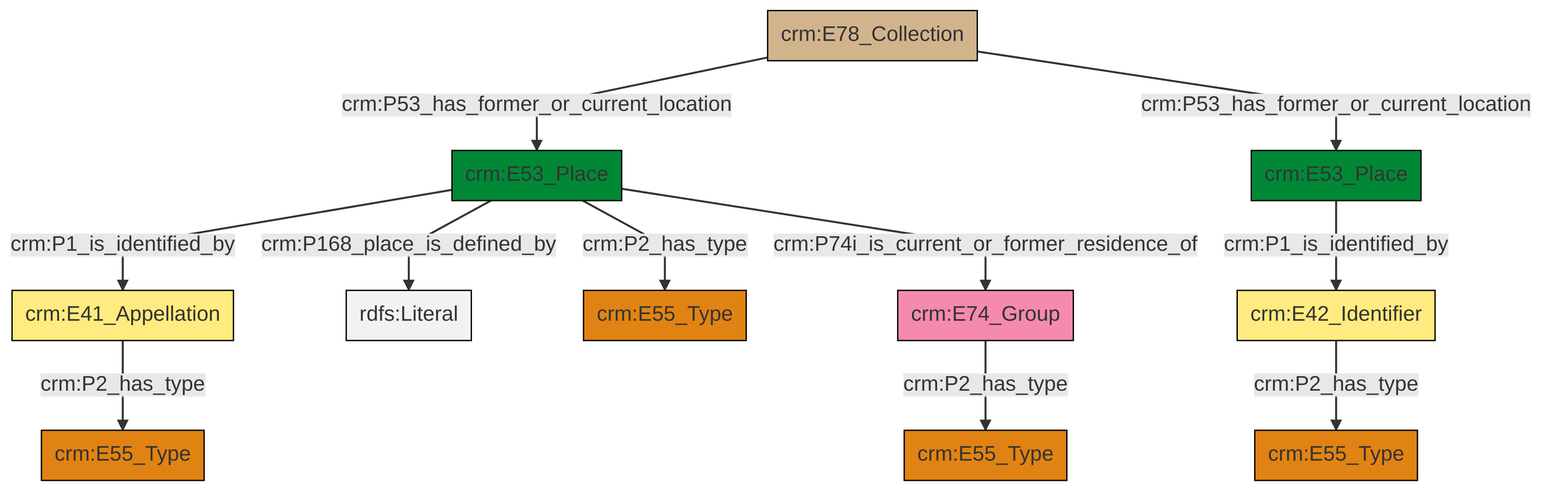
Before: et/archivalCSV/ttl/mmd/png/archival_location.png, a diagram exported from Mermaid (swiss-art-research-net/docs.swissartresearch). Its source is kept beside it as et/archivalCSV/ttl/mmd/archival_location.ttl.mmd.
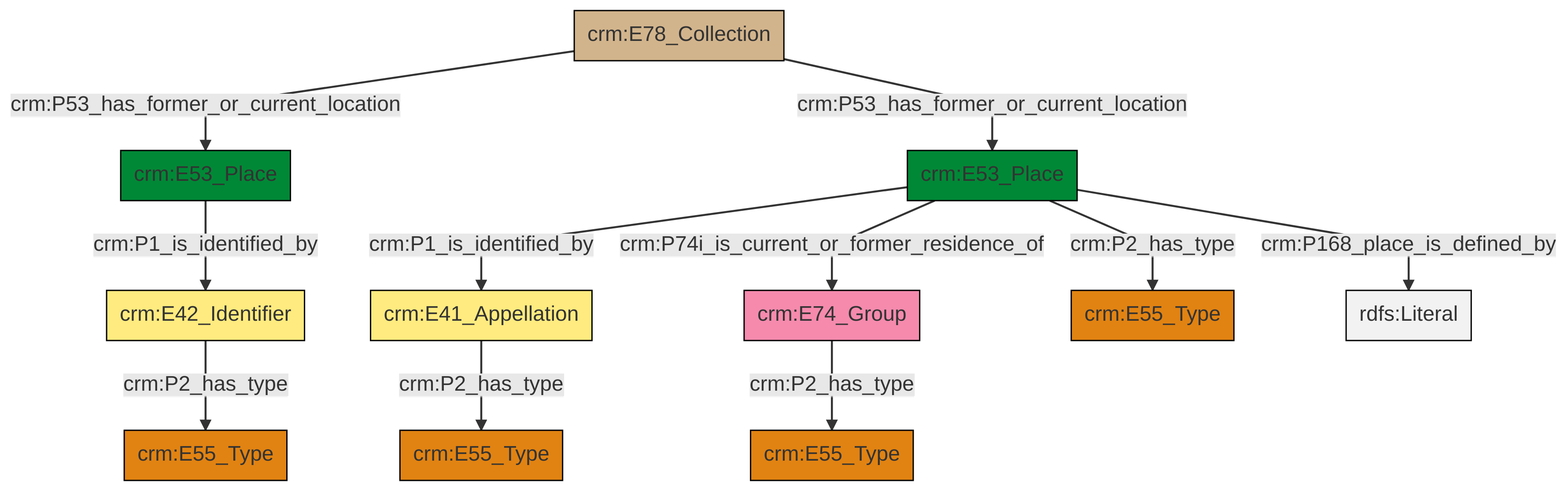
Later version of the same file.

What changed in the source:
```diff
@@ -13,13 +13,13 @@
 classDef PC_Classes fill:#4ce600, stroke:#000000;
 classDef Multi fill:#cccccc,stroke:#000000;
 
-2["crm:E78_Collection"]:::Physical_Thing -->|crm:P53_has_former_or_current_location| 0["crm:E53_Place"]:::Place
-0["crm:E53_Place"]:::Place -->|crm:P1_is_identified_by| 5["crm:E41_Appellation"]:::Appellation
-8["crm:E53_Place"]:::Place -->|crm:P1_is_identified_by| 9["crm:E42_Identifier"]:::Appellation
-0["crm:E53_Place"]:::Place -->|crm:P168_place_is_defined_by| 13[rdfs:Literal]:::Literal
-10["crm:E74_Group"]:::Actor -->|crm:P2_has_type| 6["crm:E55_Type"]:::Type
-9["crm:E42_Identifier"]:::Appellation -->|crm:P2_has_type| 15["crm:E55_Type"]:::Type
-5["crm:E41_Appellation"]:::Appellation -->|crm:P2_has_type| 16["crm:E55_Type"]:::Type
-0["crm:E53_Place"]:::Place -->|crm:P2_has_type| 3["crm:E55_Type"]:::Type
-2["crm:E78_Collection"]:::Physical_Thing -->|crm:P53_has_former_or_current_location| 8["crm:E53_Place"]:::Place
-0["crm:E53_Place"]:::Place -->|crm:P74i_is_current_or_former_residence_of| 10["crm:E74_Group"]:::Actor
+2["crm:E78_Collection"]:::Physical_Thing -->|crm:P53_has_former_or_current_location| 3["crm:E53_Place"]:::Place
+3["crm:E53_Place"]:::Place -->|crm:P1_is_identified_by| 8["crm:E42_Identifier"]:::Appellation
+9["crm:E41_Appellation"]:::Appellation -->|crm:P2_has_type| 6["crm:E55_Type"]:::Type
+8["crm:E42_Identifier"]:::Appellation -->|crm:P2_has_type| 0["crm:E55_Type"]:::Type
+2["crm:E78_Collection"]:::Physical_Thing -->|crm:P53_has_former_or_current_location| 14["crm:E53_Place"]:::Place
+14["crm:E53_Place"]:::Place -->|crm:P1_is_identified_by| 9["crm:E41_Appellation"]:::Appellation
+4["crm:E74_Group"]:::Actor -->|crm:P2_has_type| 15["crm:E55_Type"]:::Type
+14["crm:E53_Place"]:::Place -->|crm:P74i_is_current_or_former_residence_of| 4["crm:E74_Group"]:::Actor
+14["crm:E53_Place"]:::Place -->|crm:P168_place_is_defined_by| 20[rdfs:Literal]:::Literal
+14["crm:E53_Place"]:::Place -->|crm:P2_has_type| 10["crm:E55_Type"]:::Type
```
